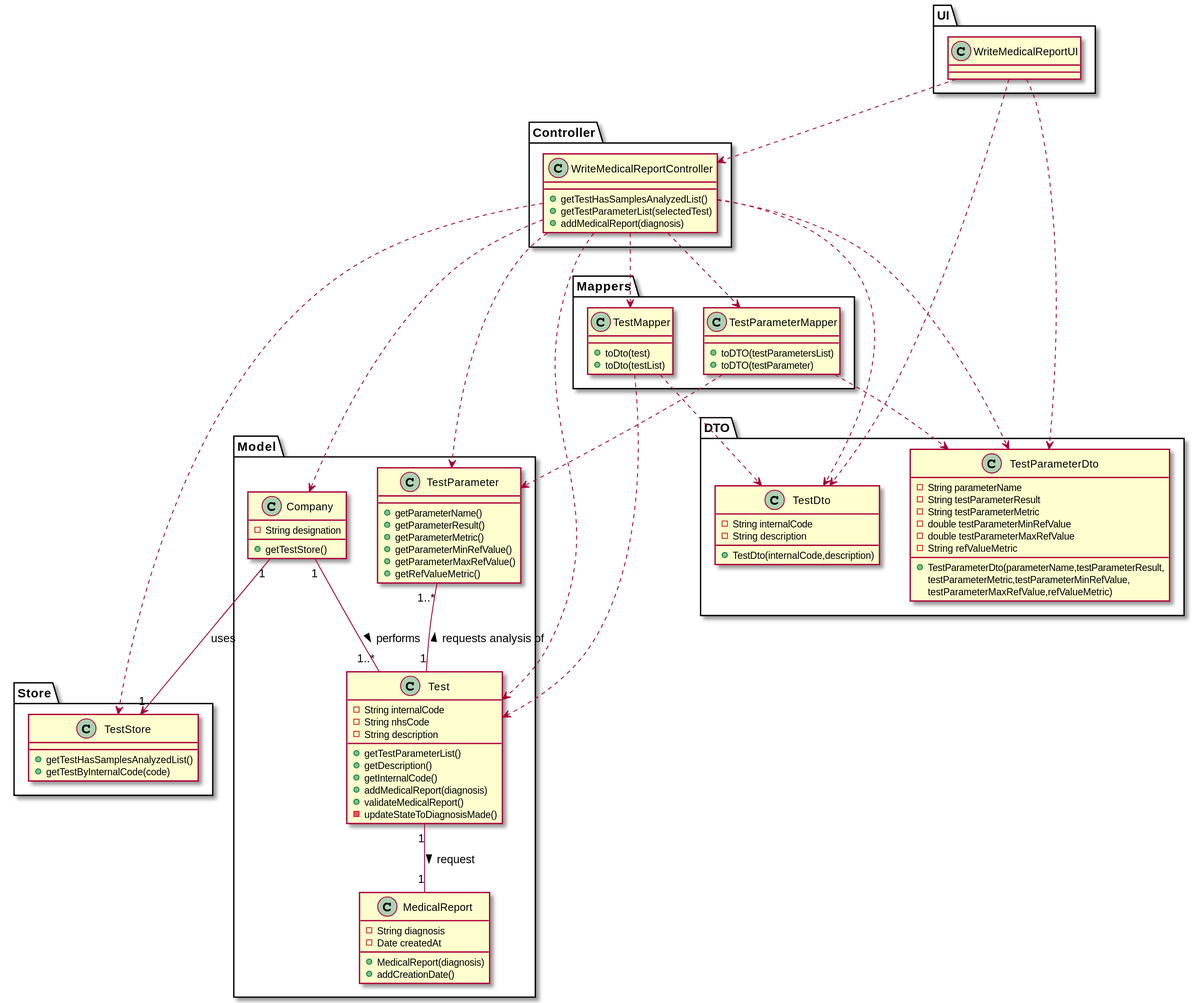
Above: docs/SprintD/SprintC/US14/US14_CD.svg in manu-07-ela/LAPR2_ISEP (PlantUML), before the change.
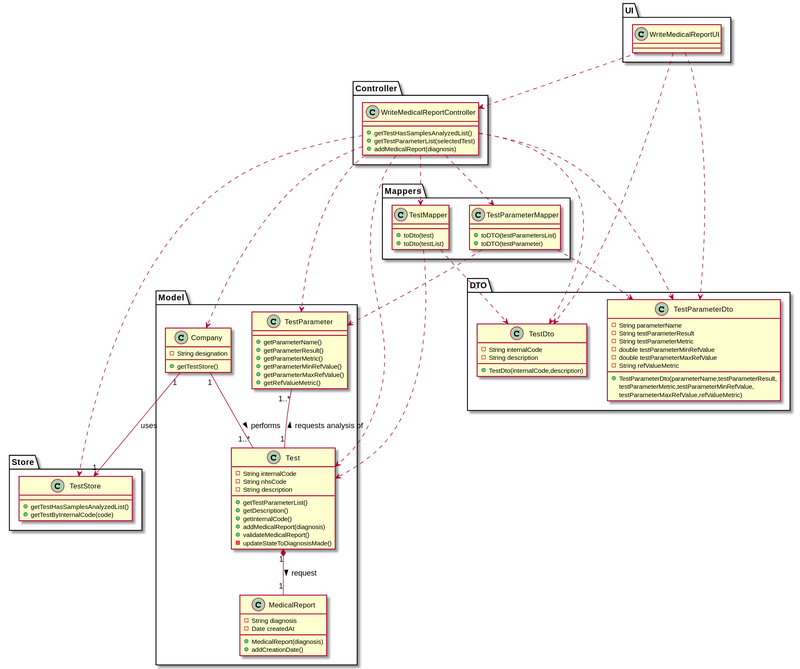
Later version of the same file.

Change to the diagram source:
```diff
@@ -103,7 +103,7 @@
 TestMapper ..> Test
 Company "1"--"1..*" Test : performs >
 TestParameter "1..*" --"1" Test : requests analysis of <
-Test "1"--"1" MedicalReport : request >
+Test "1"*--"1" MedicalReport : request >
 Company"1"--> "1" TestStore : uses
 
 @enduml
```
